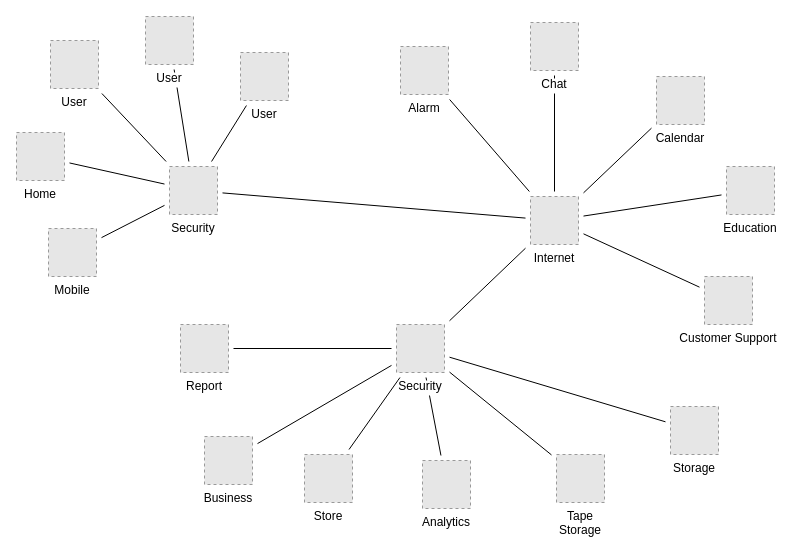
Above: usr/uploads/2021/未命名绘图.drawio in Closty/tuchuang (draw.io), before the change. Source tidied: cells renumbered, new cells numbered last; positions are measured from the earlier drawing's top-left corner, leaving out a move shared by most shapes. Both pictures are drawn from the tidied source at 100%, with x=0, y=0 at pixel (16, 16). Pictures stored in the file or linked from it are replaced by grey dashed boxes.
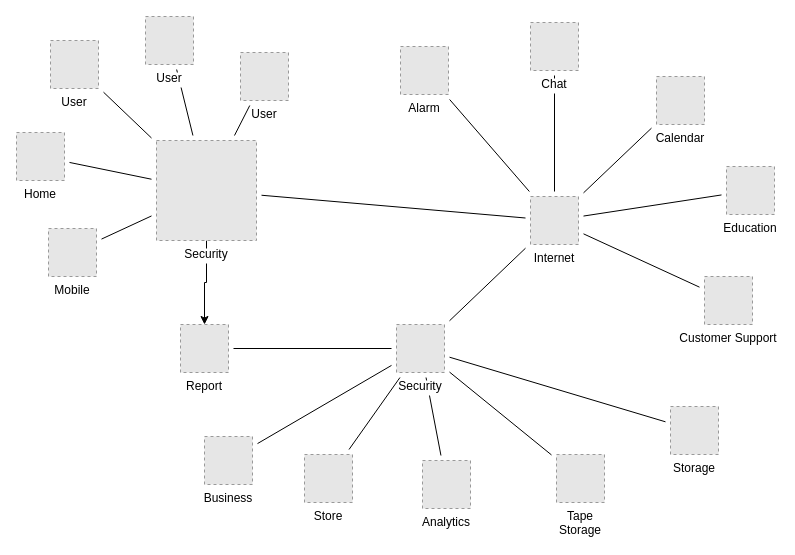
Above is the later version.

Commit message:
测试流程图.drawio

The change refers to these unchanged cells:
```xml
<mxCell id="28" value="Report" style="fillColor=#E6E6E6;strokeColor=#999999;dashed=1;verticalLabelPosition=bottom;verticalAlign=top;labelBackgroundColor=#ffffff;" parent="1" vertex="1">
  <mxGeometry x="164" y="308" width="48" height="48" as="geometry" />
</mxCell>
```

What changed in the source:
```diff
@@
+    <mxCell id="39" style="edgeStyle=orthogonalEdgeStyle;rounded=0;jettySize=auto;html=1;" parent="1" edge="1" source="31" target="28">
+      <mxGeometry relative="1" as="geometry" />
+    </mxCell>
     <mxCell id="31" value="Security" style="fillColor=#E6E6E6;strokeColor=#999999;dashed=1;verticalLabelPosition=bottom;verticalAlign=top;labelBackgroundColor=#ffffff;" parent="1" vertex="1">
-      <mxGeometry x="153" y="150" width="48" height="48" as="geometry" />
+      <mxGeometry x="140" y="124" width="100" height="100" as="geometry" />
     </mxCell>
```
